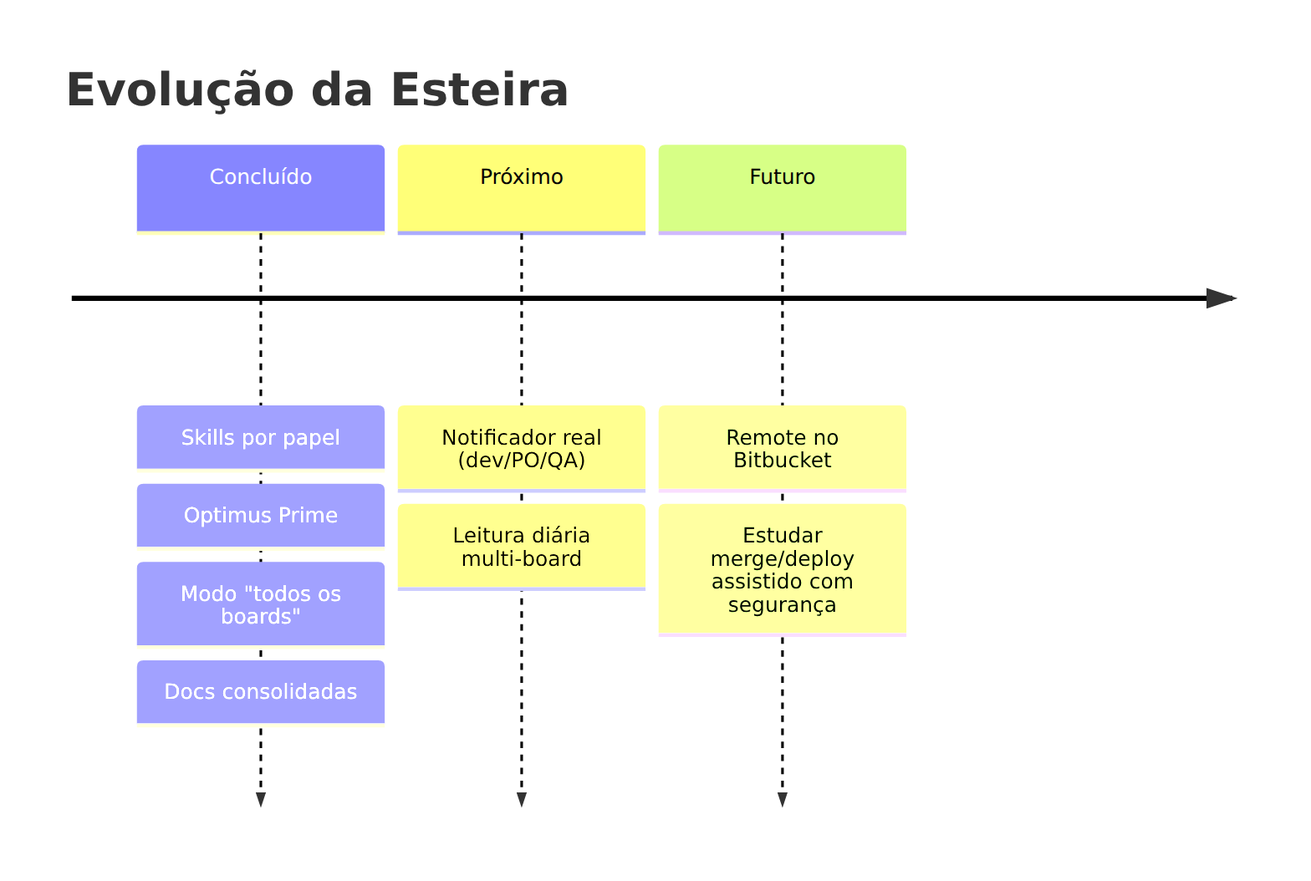
Before: docs/diagramas/11-roadmap.png, a diagram exported from Mermaid (BertoRcsb/workflow-automation-management). Its source is kept beside it as docs/diagramas/11-roadmap.mmd. Its diagram source:
```mermaid
timeline
    title Evolução da Esteira
    Concluído : Skills por papel : Optimus Prime : Modo "todos os boards" : Docs consolidadas
    Próximo : Notificador real (dev/PO/QA) : Leitura diária multi-board
    Futuro : Remote no Bitbucket : Estudar merge/deploy assistido com segurança
```
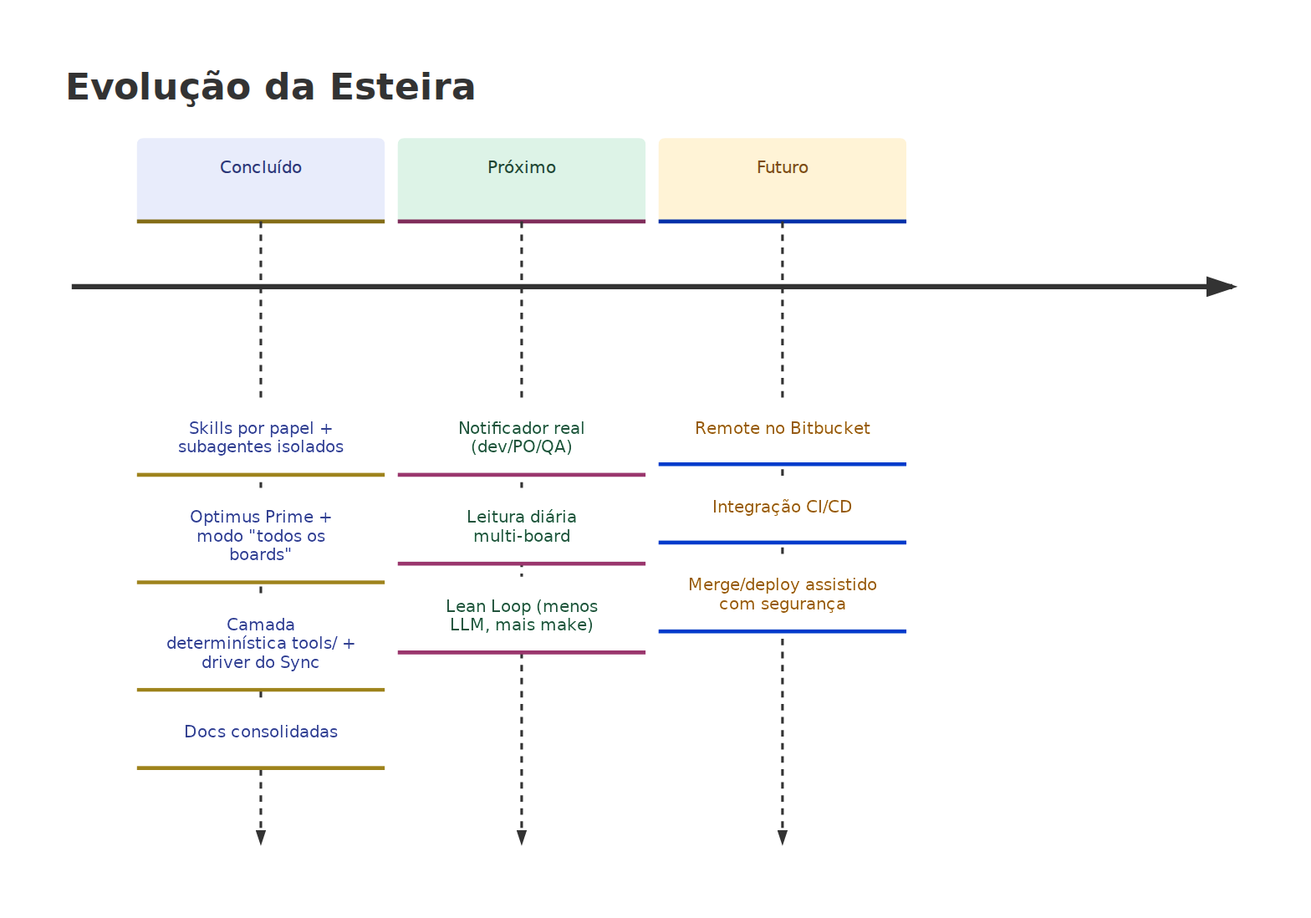
After the commit.

Change to the diagram source:
```diff
@@ -1,5 +1,6 @@
+%%{init: {"theme":"base","themeVariables":{"fontFamily":"Segoe UI, Helvetica, Arial, sans-serif","fontSize":"13px","cScale0":"#E8ECFB","cScaleLabel0":"#2A3577","cScale1":"#DDF3E7","cScaleLabel1":"#1C4532","cScale2":"#FFF3D6","cScaleLabel2":"#7B4B12"}}}%%
 timeline
     title Evolução da Esteira
-    Concluído : Skills por papel : Optimus Prime : Modo "todos os boards" : Docs consolidadas
-    Próximo : Notificador real (dev/PO/QA) : Leitura diária multi-board
-    Futuro : Remote no Bitbucket : Estudar merge/deploy assistido com segurança
+    Concluído : Skills por papel + subagentes isolados : Optimus Prime + modo "todos os boards" : Camada determinística tools/ + driver do Sync : Docs consolidadas
+    Próximo : Notificador real (dev/PO/QA) : Leitura diária multi-board : Lean Loop (menos LLM, mais make)
+    Futuro : Remote no Bitbucket : Integração CI/CD : Merge/deploy assistido com segurança
```
